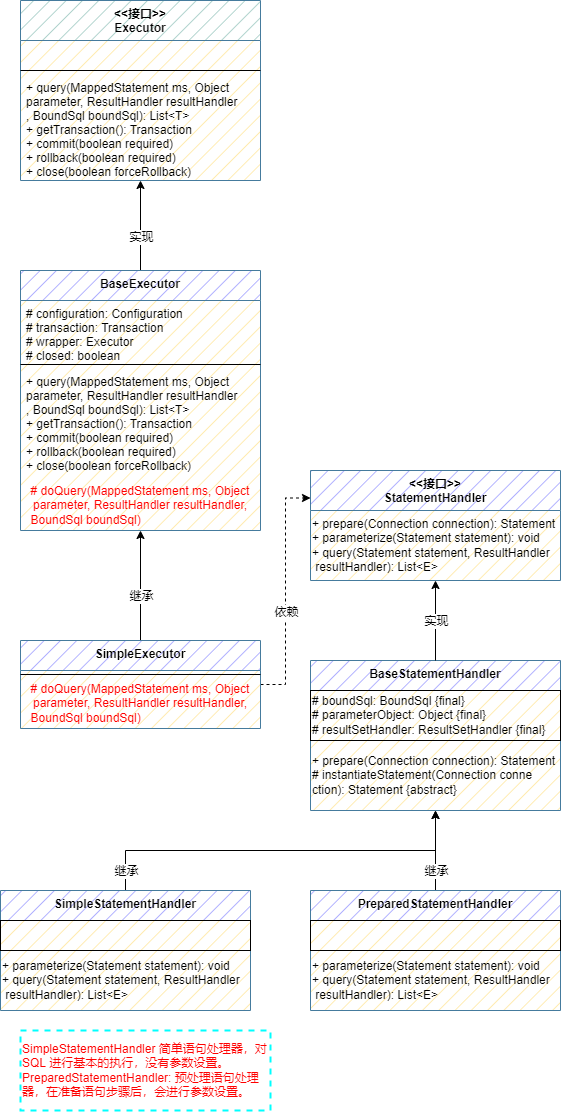
Above: wzz-mybatis/mybatis-step-06(Sql方法执行器).drawio.png in wsxzei/markdown-photos (draw.io), before the change. Source tidied: cells renumbered, new cells last; positions are measured from the earlier drawing's top-left corner, leaving out a move shared by most shapes.
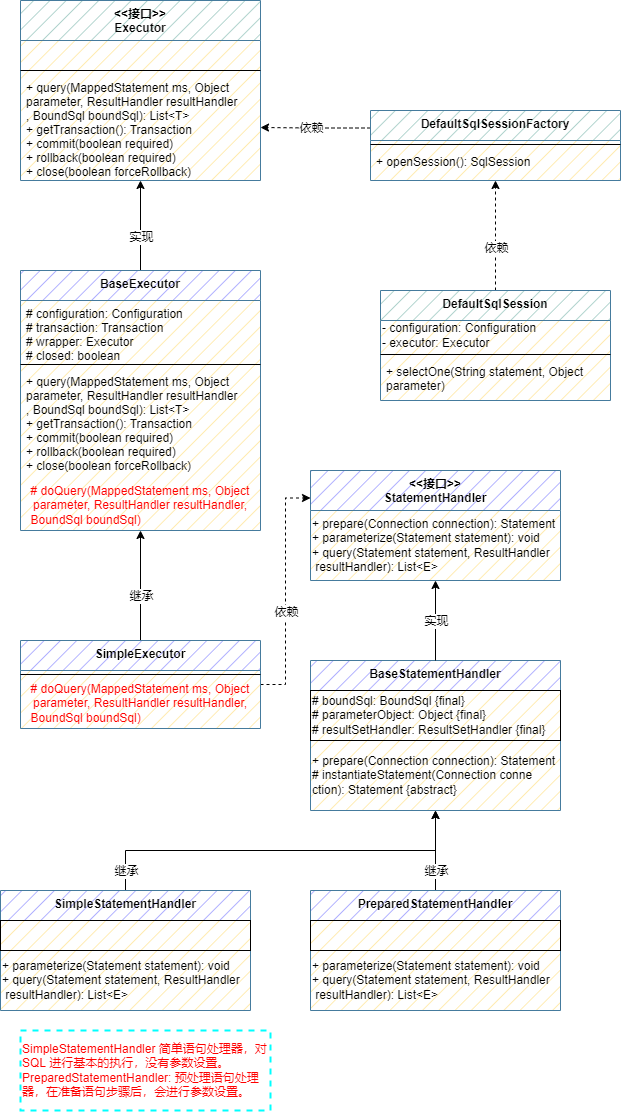
After the commit.

Commit message:
更新mybatis-step-06(Sql方法执行器).drawio.png

Diff of the diagram source:
```diff
@@ -122,5 +122,40 @@
     <mxCell id="38" value="&lt;font color=&quot;#ff0000&quot;&gt;SimpleStatementHandler 简单语句处理器，对 SQL 进行基本的执行，没有参数设置。&lt;br&gt;PreparedStatementHandler: 预处理语句处理器，在准备语句步骤后，会进行参数设置。&lt;/font&gt;" style="rounded=0;whiteSpace=wrap;html=1;shadow=0;fillStyle=auto;fontColor=#000000;strokeColor=#00FFFF;fillColor=none;gradientColor=none;align=left;dashed=1;strokeWidth=2;" parent="1" vertex="1">
       <mxGeometry x="20" y="1030" width="250" height="80" as="geometry" />
     </mxCell>
+    <mxCell id="39" style="edgeStyle=orthogonalEdgeStyle;rounded=0;jettySize=auto;html=1;fontColor=#FF0000;strokeColor=#000000;dashed=1;" parent="1" edge="1" source="41" target="47">
+      <mxGeometry relative="1" as="geometry" />
+    </mxCell>
+    <mxCell id="40" value="依赖" style="edgeLabel;html=1;align=center;verticalAlign=middle;fontColor=#000000;" parent="39" vertex="1">
+      <mxGeometry x="-0.23" relative="1" as="geometry" />
+    </mxCell>
+    <mxCell id="41" value="DefaultSqlSession" style="swimlane;fontStyle=1;align=center;verticalAlign=top;horizontal=1;startSize=30;gradientColor=none;swimlaneFillColor=#FFE599;fillStyle=hatch;fillColor=#9AC7BF;strokeColor=#457B9D;" parent="1" vertex="1">
+      <mxGeometry x="380" y="290" width="230" height="110" as="geometry" />
+    </mxCell>
+    <mxCell id="42" value="&lt;font color=&quot;#000000&quot;&gt;-&amp;nbsp;configuration: Configuration&lt;br&gt;- executor: Executor&lt;br&gt;&lt;/font&gt;" style="text;html=1;strokeColor=none;fillColor=none;align=left;verticalAlign=middle;whiteSpace=wrap;rounded=0;shadow=0;dashed=1;fillStyle=auto;fontColor=#FF0000;" parent="41" vertex="1">
+      <mxGeometry y="30" width="230" height="30" as="geometry" />
+    </mxCell>
+    <mxCell id="43" style="line;strokeWidth=1;fillColor=none;align=left;verticalAlign=middle;spacingTop=-1;spacingLeft=3;spacingRight=3;labelPosition=right;" parent="41" vertex="1">
+      <mxGeometry y="60" width="230" height="8" as="geometry" />
+    </mxCell>
+    <mxCell id="44" value="+ selectOne(String statement, Object &#10;parameter)" style="text;strokeColor=none;fillColor=none;align=left;verticalAlign=top;spacingLeft=4;spacingRight=4;overflow=hidden;" parent="41" vertex="1">
+      <mxGeometry y="68" width="230" height="42" as="geometry" />
+    </mxCell>
+    <mxCell id="45" style="edgeStyle=orthogonalEdgeStyle;rounded=0;jettySize=auto;html=1;exitX=0;exitY=0.25;exitDx=0;exitDy=0;entryX=1;entryY=0.5;entryDx=0;entryDy=0;fontColor=#000000;strokeColor=#000000;dashed=1;" parent="1" edge="1" source="47" target="12">
+      <mxGeometry relative="1" as="geometry" />
+    </mxCell>
+    <mxCell id="46" value="依赖" style="edgeLabel;html=1;align=center;verticalAlign=middle;fontColor=#000000;" parent="45" vertex="1">
+      <mxGeometry x="0.24" y="2" relative="1" as="geometry">
+        <mxPoint x="8" y="-2" as="offset" />
+      </mxGeometry>
+    </mxCell>
+    <mxCell id="47" value="DefaultSqlSessionFactory" style="swimlane;fontStyle=1;align=center;verticalAlign=top;horizontal=1;startSize=30;gradientColor=none;swimlaneFillColor=#FFE599;fillStyle=hatch;fillColor=#9AC7BF;strokeColor=#457B9D;" parent="1" vertex="1">
+      <mxGeometry x="370" y="110" width="250" height="70" as="geometry" />
+    </mxCell>
+    <mxCell id="48" style="line;strokeWidth=1;fillColor=none;align=left;verticalAlign=middle;spacingTop=-1;spacingLeft=3;spacingRight=3;labelPosition=right;" parent="47" vertex="1">
+      <mxGeometry y="30" width="250" height="8" as="geometry" />
+    </mxCell>
+    <mxCell id="49" value="+ openSession(): SqlSession" style="text;strokeColor=none;fillColor=none;align=left;verticalAlign=top;spacingLeft=4;spacingRight=4;overflow=hidden;" parent="47" vertex="1">
+      <mxGeometry y="38" width="250" height="32" as="geometry" />
+    </mxCell>
   </root>
 </mxGraphModel>
```
